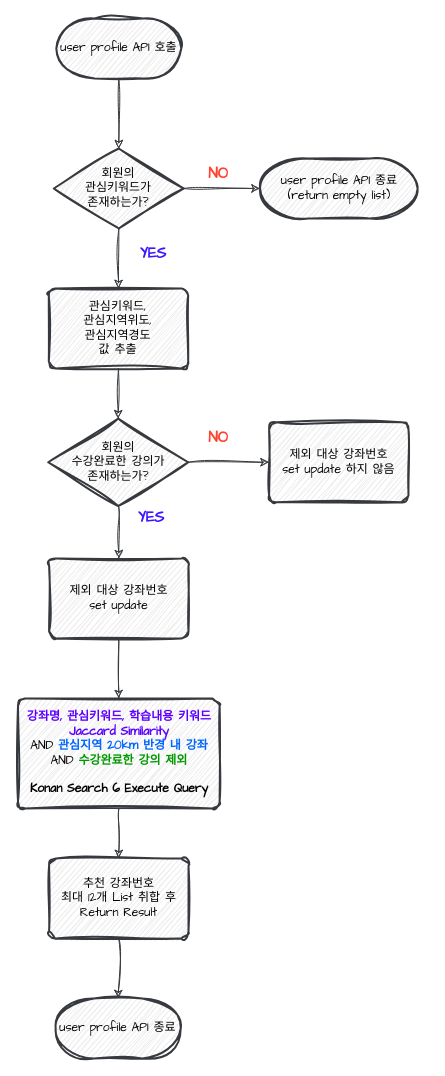
The draw.io diagram user_profile_api.drawio in k1mtaeye07/nile, before the edit. Source tidied: cells renumbered, new cells numbered last; positions are measured from the earlier drawing's top-left corner, leaving out a move shared by most shapes. Both pictures are drawn from the tidied source at 100%, with x=0, y=0 at pixel (18, 18).
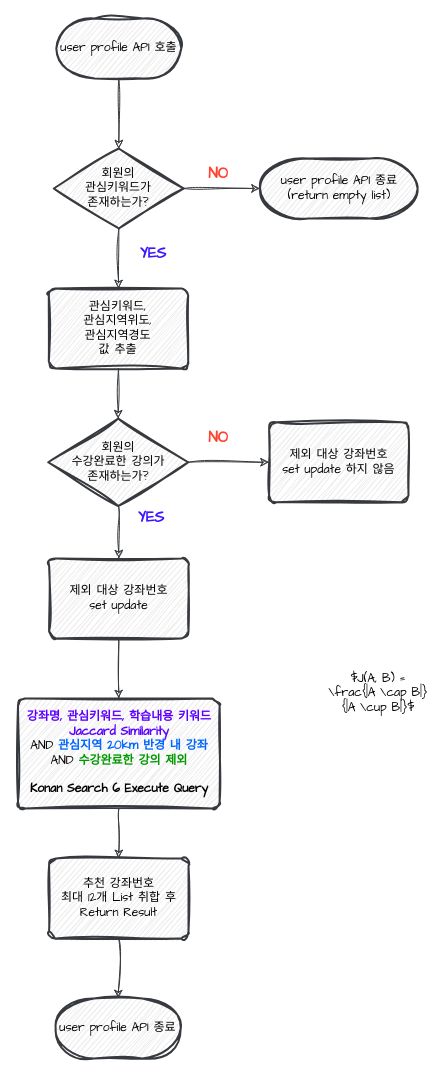
Above is the later version.

Diff of the diagram source:
```diff
@@
+    <mxCell id="25" value="$&lt;span class=&quot;hljs-built_in&quot;&gt;J&lt;/span&gt;(A, B) = \frac{|&lt;span class=&quot;hljs-selector-tag&quot;&gt;A&lt;/span&gt;&amp;nbsp;\cap&amp;nbsp;&lt;span class=&quot;hljs-selector-tag&quot;&gt;B&lt;/span&gt;|}{|&lt;span class=&quot;hljs-selector-tag&quot;&gt;A&lt;/span&gt;&amp;nbsp;\cup&amp;nbsp;&lt;span class=&quot;hljs-selector-tag&quot;&gt;B&lt;/span&gt;|}$" style="text;html=1;align=center;verticalAlign=middle;whiteSpace=wrap;rounded=0;fontFamily=Architects Daughter;" parent="1" vertex="1">
+      <mxGeometry x="330" y="660" width="60" height="30" as="geometry" />
+    </mxCell>
```
